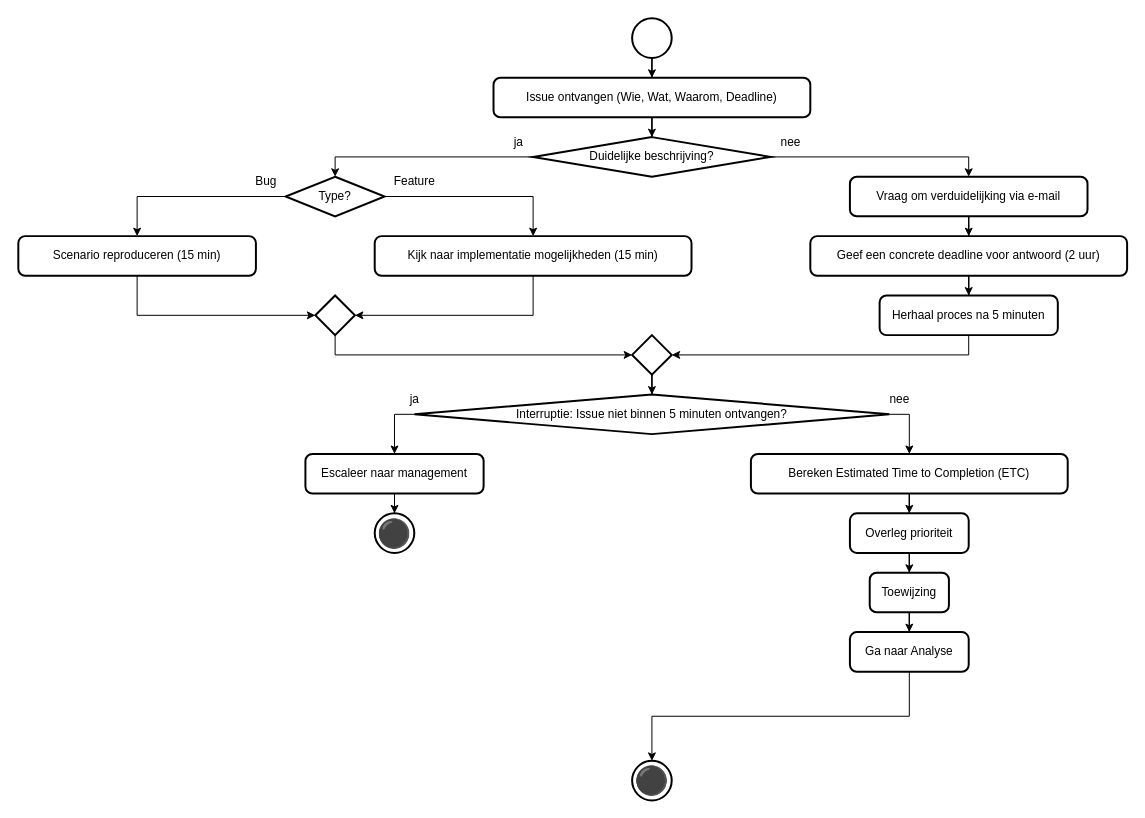
Before: 1 Issue Tracker intake.drawio in Zaibatsu89/IssueTracker, a draw.io diagram. Source tidied: cells renumbered, new cells numbered last; positions are measured from the earlier drawing's top-left corner, leaving out a move shared by most shapes. Both pictures are drawn from the tidied source at 99%, with x=0, y=0 at pixel (18, 18).
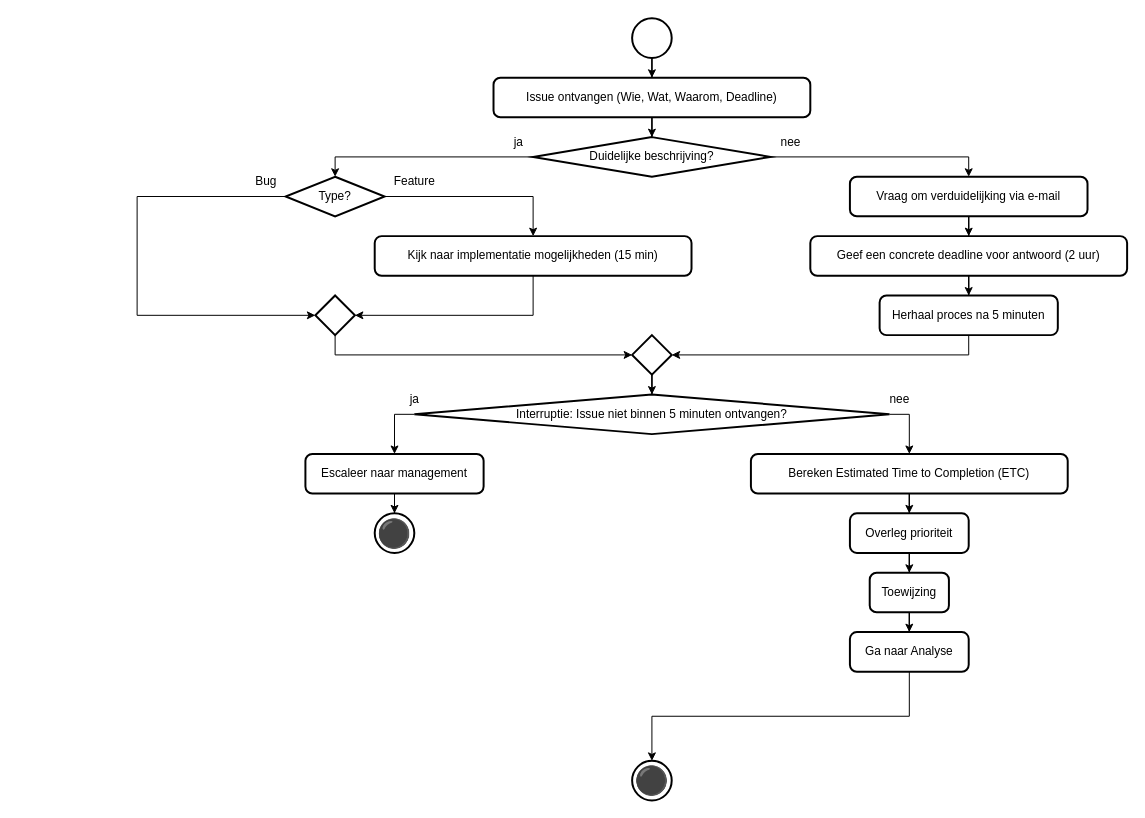
After the change.

Commit message:
'Scenario reproduceren (15 min)' weghalen

Unchanged cells that the change refers to:
```xml
<mxCell id="16" value="Type?" style="strokeWidth=2;html=1;shape=mxgraph.flowchart.decision;whiteSpace=wrap;" parent="1" vertex="1">
  <mxGeometry x="270" y="160" width="100" height="40" as="geometry" />
</mxCell>
<mxCell id="23" style="strokeWidth=2;html=1;shape=mxgraph.flowchart.decision;whiteSpace=wrap;" parent="1" vertex="1">
  <mxGeometry x="300" y="280" width="40" height="40" as="geometry" />
</mxCell>
```

Change to the diagram source:
```diff
@@
-    <mxCell id="15" style="edgeStyle=orthogonalEdgeStyle;rounded=0;jettySize=auto;html=1;exitX=0;exitY=0.5;exitDx=0;exitDy=0;exitPerimeter=0;" parent="1" edge="1" source="16" target="21">
-      <mxGeometry relative="1" as="geometry" />
+    <mxCell id="15" style="edgeStyle=orthogonalEdgeStyle;rounded=0;jettySize=auto;html=1;exitX=0;exitY=0.5;exitDx=0;exitDy=0;exitPerimeter=0;entryX=0;entryY=0.5;entryDx=0;entryDy=0;entryPerimeter=0;" parent="1" edge="1" source="16" target="23">
+      <mxGeometry relative="1" as="geometry">
+        <Array as="points">
+          <mxPoint x="120" y="180" />
+          <mxPoint x="120" y="300" />
+        </Array>
+      </mxGeometry>
     </mxCell>
@@
-    <mxCell id="21" value="Scenario reproduceren (15 min)" style="rounded=1;whiteSpace=wrap;html=1;absoluteArcSize=1;arcSize=14;strokeWidth=2;" parent="1" vertex="1">
-      <mxGeometry y="220" width="240" height="40" as="geometry" />
-    </mxCell>
@@
-    <mxCell id="25" style="edgeStyle=orthogonalEdgeStyle;rounded=0;jettySize=auto;html=1;exitX=0.5;exitY=1;exitDx=0;exitDy=0;entryX=0;entryY=0.5;entryDx=0;entryDy=0;entryPerimeter=0;" parent="1" edge="1" source="21" target="23">
-      <mxGeometry relative="1" as="geometry" />
-    </mxCell>
```
